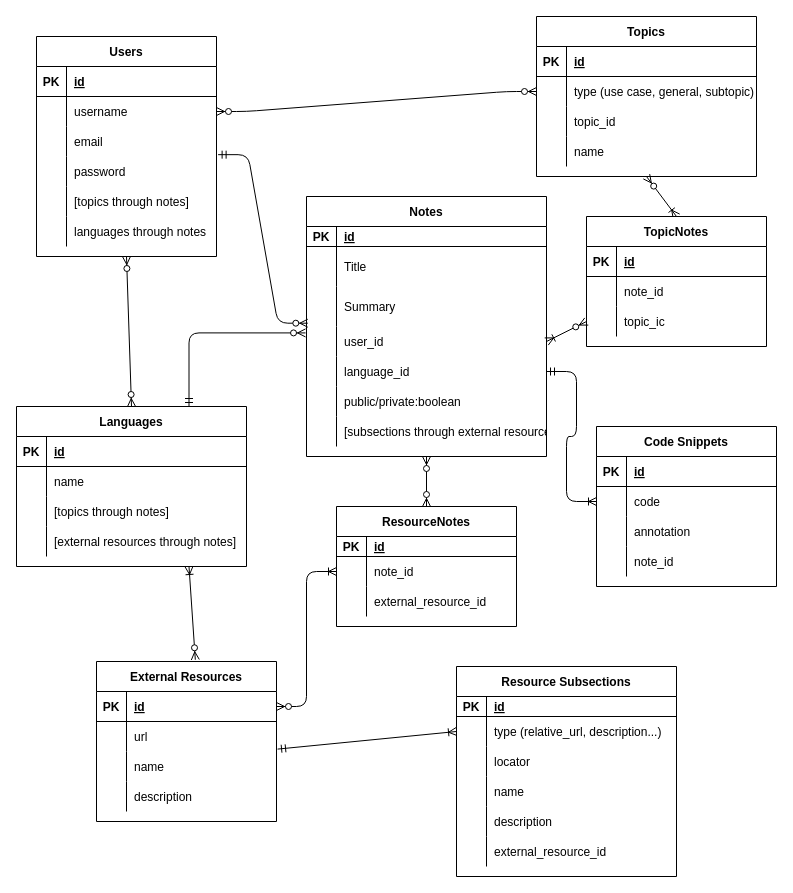
Before: Rails Portfolio Project ERD.drawio in charlie763/code-notes, a draw.io diagram. Source tidied: cells renumbered, new cells numbered last; positions are measured from the earlier drawing's top-left corner, leaving out a move shared by most shapes. Both pictures are drawn from the tidied source at 100%, with x=0, y=0 at pixel (16, 16).
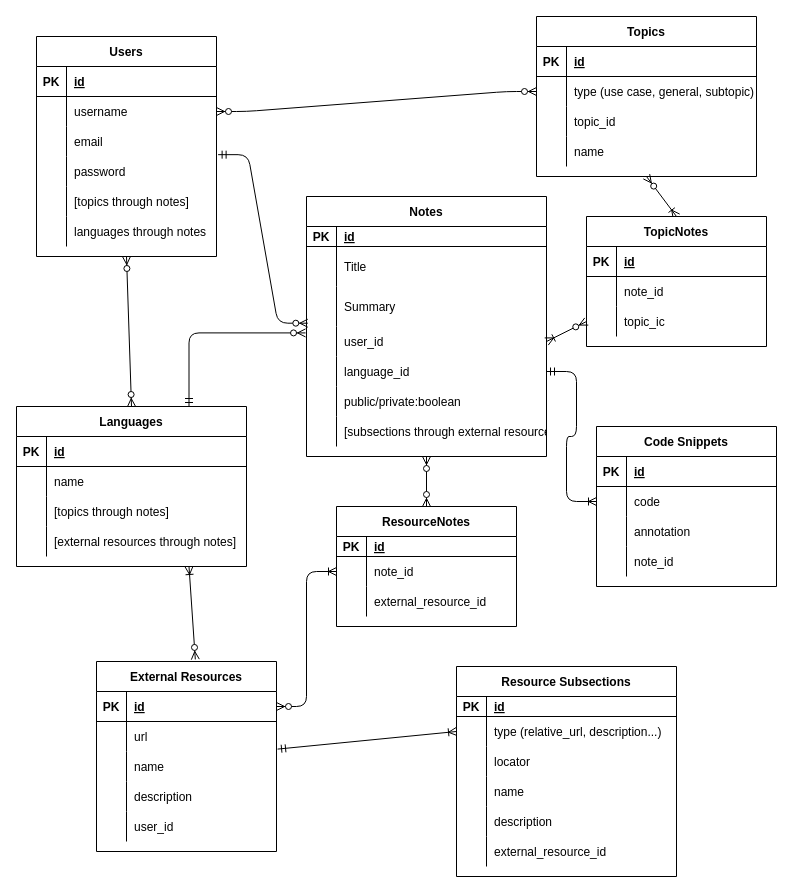
The same diagram, later.

Diff of the diagram source:
```diff
@@
     <mxCell id="62" value="External Resources" style="shape=table;startSize=30;childLayout=tableLayout;rowLines=0;fontStyle=1;align=center;" parent="1" vertex="1">
-      <mxGeometry x="80" y="645" width="180" height="160" as="geometry" />
+      <mxGeometry x="80" y="645" width="180" height="190" as="geometry" />
     </mxCell>
@@
+    <mxCell id="146" style="shape=partialRectangle;fillColor=none;top=0;left=0;bottom=0;right=0;" parent="62" vertex="1">
+      <mxGeometry y="150" width="180" height="30" as="geometry" />
+    </mxCell>
+    <mxCell id="147" style="shape=partialRectangle;fillColor=none;top=0;left=0;bottom=0;right=0;overflow=hidden;" parent="146" vertex="1">
+      <mxGeometry width="30" height="30" as="geometry" />
+    </mxCell>
+    <mxCell id="148" value="user_id" style="shape=partialRectangle;fillColor=none;top=0;left=0;bottom=0;right=0;align=left;spacingLeft=6;overflow=hidden;" parent="146" vertex="1">
+      <mxGeometry x="30" width="150" height="30" as="geometry" />
+    </mxCell>
```
